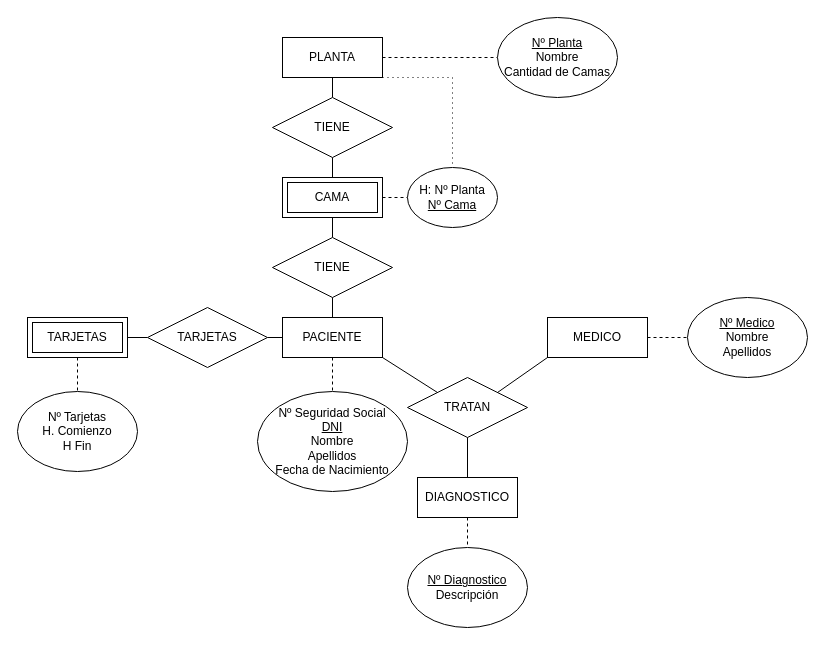
Earlier version of the draw.io diagram Ejercicio6_Tema1ER.drawio (antonionavarro04/diagramas). Source tidied: cells renumbered, new cells numbered last; positions are measured from the earlier drawing's top-left corner, leaving out a move shared by most shapes. Both pictures are drawn from the tidied source at 100%, with x=0, y=0 at pixel (17, 17).
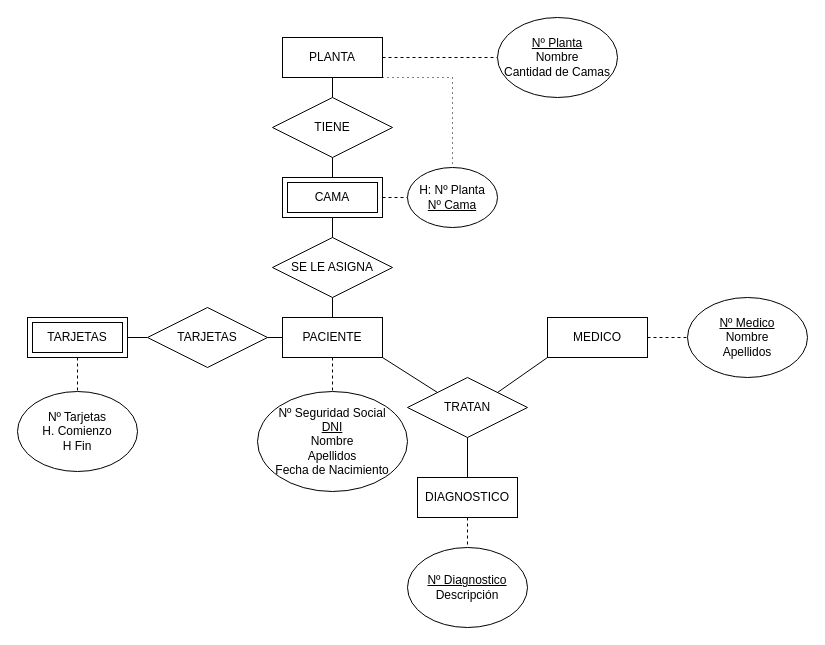
After the change.

What changed in the source:
```diff
@@
-    <mxCell id="13" value="TIENE" style="shape=rhombus;perimeter=rhombusPerimeter;whiteSpace=wrap;html=1;align=center;" parent="1" vertex="1">
+    <mxCell id="13" value="SE LE ASIGNA" style="shape=rhombus;perimeter=rhombusPerimeter;whiteSpace=wrap;html=1;align=center;" parent="1" vertex="1">
       <mxGeometry x="255" y="220" width="120" height="60" as="geometry" />
     </mxCell>
```
